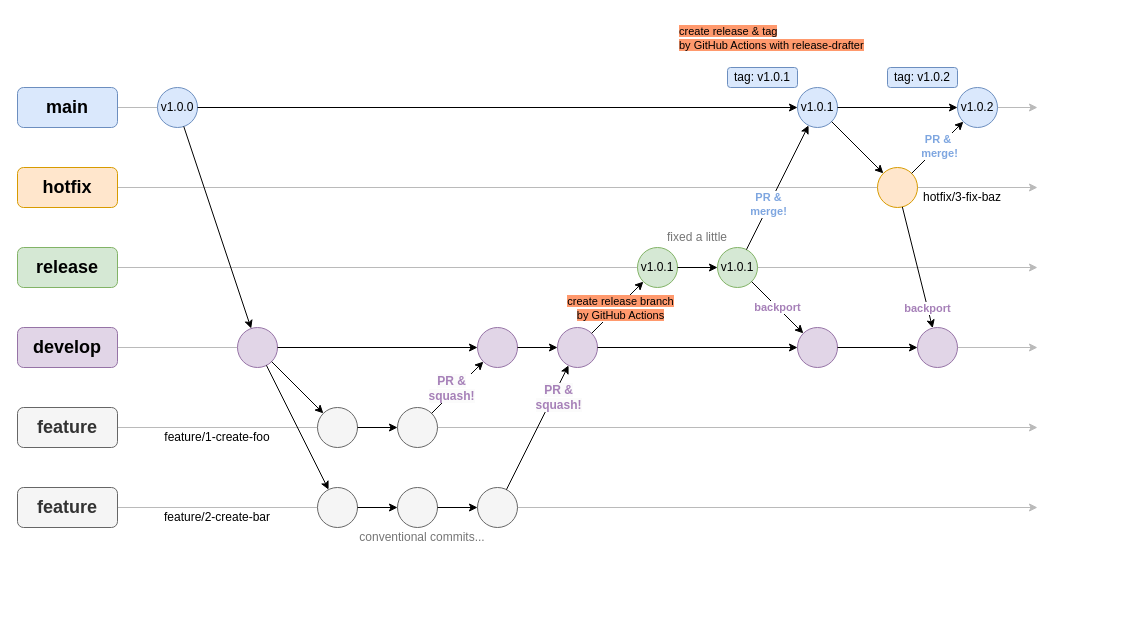
This is docs/gitflow.drawio from curry-battle/git-flow-boilerplate, a draw.io file, before an edit. Source tidied: cells renumbered, new cells numbered last; positions are measured from the earlier drawing's top-left corner, leaving out a move shared by most shapes. Both pictures are drawn from the tidied source at 100%, with x=0, y=0 at pixel (17, 17).
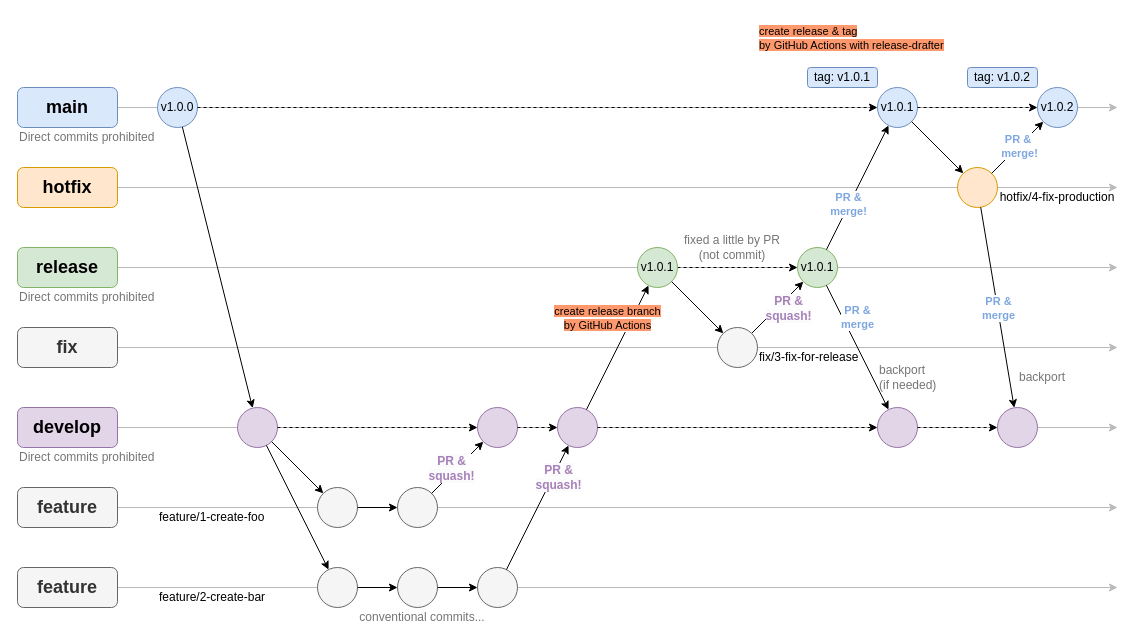
Above is the later version.

The change refers to these unchanged cells:
```xml
<mxCell id="15" value="v1.0.0" style="ellipse;whiteSpace=wrap;html=1;fillColor=#dae8fc;strokeColor=#6c8ebf;" parent="8" vertex="1">
  <mxGeometry x="140" y="70" width="40" height="40" as="geometry" />
</mxCell>
<mxCell id="35" value="v1.0.1" style="ellipse;whiteSpace=wrap;html=1;fillColor=#d5e8d4;strokeColor=#82b366;" parent="8" vertex="1">
  <mxGeometry x="620" y="230" width="40" height="40" as="geometry" />
</mxCell>
<mxCell id="38" style="endArrow=classic;html=1;rounded=0;" parent="8" edge="1" source="25" target="35">
  <mxGeometry relative="1" as="geometry" />
</mxCell>
<mxCell id="47" style="endArrow=classic;html=1;rounded=0;" parent="8" edge="1" source="41" target="43">
  <mxGeometry relative="1" as="geometry" />
</mxCell>
```

The edit, as a diff of the source:
```diff
@@
     <mxCell id="2" style="endArrow=classic;html=1;rounded=0;exitX=1;exitY=0.5;exitDx=0;exitDy=0;strokeColor=#BABABA;" parent="1" edge="1">
       <mxGeometry relative="1" as="geometry">
         <mxPoint x="100" y="90" as="sourcePoint" />
-        <mxPoint x="1020" y="90" as="targetPoint" />
+        <mxPoint x="1100" y="90" as="targetPoint" />
       </mxGeometry>
     </mxCell>
     <mxCell id="3" style="endArrow=classic;html=1;rounded=0;exitX=1;exitY=0.5;exitDx=0;exitDy=0;strokeColor=#BABABA;" parent="1" edge="1">
       <mxGeometry relative="1" as="geometry">
         <mxPoint x="100" y="170" as="sourcePoint" />
-        <mxPoint x="1020" y="170" as="targetPoint" />
+        <mxPoint x="1100" y="170" as="targetPoint" />
       </mxGeometry>
     </mxCell>
-    <mxCell id="4" style="endArrow=classic;html=1;rounded=0;exitX=1;exitY=0.5;exitDx=0;exitDy=0;strokeColor=#BABABA;" parent="1" edge="1">
+    <mxCell id="4" style="endArrow=classic;html=1;rounded=0;strokeColor=#BABABA;" parent="1" edge="1">
       <mxGeometry relative="1" as="geometry">
         <mxPoint x="100" y="250" as="sourcePoint" />
-        <mxPoint x="1020" y="250" as="targetPoint" />
+        <mxPoint x="1100" y="250" as="targetPoint" />
       </mxGeometry>
     </mxCell>
     <mxCell id="5" style="endArrow=classic;html=1;rounded=0;exitX=1;exitY=0.5;exitDx=0;exitDy=0;strokeColor=#BABABA;" parent="1" edge="1">
       <mxGeometry relative="1" as="geometry">
         <mxPoint x="100" y="330" as="sourcePoint" />
-        <mxPoint x="1020" y="330" as="targetPoint" />
+        <mxPoint x="1100" y="330" as="targetPoint" />
       </mxGeometry>
     </mxCell>
     <mxCell id="6" style="endArrow=classic;html=1;rounded=0;exitX=1;exitY=0.5;exitDx=0;exitDy=0;strokeColor=#BABABA;" parent="1" edge="1">
       <mxGeometry relative="1" as="geometry">
         <mxPoint x="100" y="410" as="sourcePoint" />
-        <mxPoint x="1020" y="410" as="targetPoint" />
+        <mxPoint x="1100" y="410" as="targetPoint" />
       </mxGeometry>
     </mxCell>
     <mxCell id="7" style="endArrow=classic;html=1;rounded=0;exitX=1;exitY=0.5;exitDx=0;exitDy=0;strokeColor=#BABABA;" parent="1" edge="1">
       <mxGeometry relative="1" as="geometry">
         <mxPoint x="100" y="490" as="sourcePoint" />
-        <mxPoint x="1020" y="490" as="targetPoint" />
+        <mxPoint x="1100" y="490" as="targetPoint" />
       </mxGeometry>
     </mxCell>
+    <mxCell id="67" style="endArrow=classic;html=1;rounded=0;exitX=1;exitY=0.5;exitDx=0;exitDy=0;strokeColor=#BABABA;" parent="1" edge="1">
+      <mxGeometry relative="1" as="geometry">
+        <mxPoint x="100" y="570" as="sourcePoint" />
+        <mxPoint x="1100" y="570" as="targetPoint" />
+      </mxGeometry>
+    </mxCell>
@@
     <mxCell id="12" value="develop" style="rounded=1;whiteSpace=wrap;html=1;fillColor=#e1d5e7;strokeColor=#9673a6;fontSize=18;fontStyle=1;fontFamily=Helvetica;" parent="8" vertex="1">
-      <mxGeometry y="310" width="100" height="40" as="geometry" />
+      <mxGeometry y="390" width="100" height="40" as="geometry" />
     </mxCell>
     <mxCell id="13" value="feature" style="rounded=1;whiteSpace=wrap;html=1;fillColor=#f5f5f5;strokeColor=#666666;fontSize=18;fontStyle=1;fontColor=#333333;fontFamily=Helvetica;" parent="8" vertex="1">
-      <mxGeometry y="390" width="100" height="40" as="geometry" />
+      <mxGeometry y="470" width="100" height="40" as="geometry" />
     </mxCell>
     <mxCell id="14" value="feature" style="rounded=1;whiteSpace=wrap;html=1;fillColor=#f5f5f5;strokeColor=#666666;fontSize=18;fontStyle=1;fontColor=#333333;fontFamily=Helvetica;" parent="8" vertex="1">
-      <mxGeometry y="470" width="100" height="40" as="geometry" />
+      <mxGeometry y="550" width="100" height="40" as="geometry" />
     </mxCell>
@@
     <mxCell id="16" style="ellipse;whiteSpace=wrap;html=1;fillColor=#e1d5e7;strokeColor=#9673a6;" parent="8" vertex="1">
-      <mxGeometry x="220" y="310" width="40" height="40" as="geometry" />
+      <mxGeometry x="220" y="390" width="40" height="40" as="geometry" />
     </mxCell>
     <mxCell id="17" style="ellipse;whiteSpace=wrap;html=1;fillColor=#f5f5f5;strokeColor=#666666;fontColor=#333333;" parent="8" vertex="1">
-      <mxGeometry x="300" y="390" width="40" height="40" as="geometry" />
+      <mxGeometry x="300" y="470" width="40" height="40" as="geometry" />
     </mxCell>
     <mxCell id="18" style="ellipse;whiteSpace=wrap;html=1;fillColor=#f5f5f5;strokeColor=#666666;fontColor=#333333;" parent="8" vertex="1">
-      <mxGeometry x="300" y="470" width="40" height="40" as="geometry" />
+      <mxGeometry x="300" y="550" width="40" height="40" as="geometry" />
     </mxCell>
@@
     <mxCell id="22" style="ellipse;whiteSpace=wrap;html=1;fillColor=#f5f5f5;strokeColor=#666666;fontColor=#333333;" parent="8" vertex="1">
-      <mxGeometry x="380" y="390" width="40" height="40" as="geometry" />
+      <mxGeometry x="380" y="470" width="40" height="40" as="geometry" />
     </mxCell>
     <mxCell id="23" style="ellipse;whiteSpace=wrap;html=1;fillColor=#f5f5f5;strokeColor=#666666;fontColor=#333333;" parent="8" vertex="1">
-      <mxGeometry x="460" y="470" width="40" height="40" as="geometry" />
+      <mxGeometry x="460" y="550" width="40" height="40" as="geometry" />
     </mxCell>
     <mxCell id="24" style="ellipse;whiteSpace=wrap;html=1;fillColor=#f5f5f5;strokeColor=#666666;fontColor=#333333;" parent="8" vertex="1">
-      <mxGeometry x="380" y="470" width="40" height="40" as="geometry" />
+      <mxGeometry x="380" y="550" width="40" height="40" as="geometry" />
     </mxCell>
     <mxCell id="25" style="ellipse;whiteSpace=wrap;html=1;fillColor=#e1d5e7;strokeColor=#9673a6;" parent="8" vertex="1">
-      <mxGeometry x="540" y="310" width="40" height="40" as="geometry" />
+      <mxGeometry x="540" y="390" width="40" height="40" as="geometry" />
     </mxCell>
@@
     <mxCell id="33" style="ellipse;whiteSpace=wrap;html=1;fillColor=#e1d5e7;strokeColor=#9673a6;" parent="8" vertex="1">
-      <mxGeometry x="460" y="310" width="40" height="40" as="geometry" />
+      <mxGeometry x="460" y="390" width="40" height="40" as="geometry" />
     </mxCell>
-    <mxCell id="34" style="endArrow=classic;html=1;rounded=0;" parent="8" edge="1" source="33" target="25">
+    <mxCell id="34" style="endArrow=classic;html=1;rounded=0;dashed=1;" parent="8" edge="1" source="33" target="25">
       <mxGeometry relative="1" as="geometry" />
     </mxCell>
+    <mxCell id="68" style="edgeStyle=orthogonalEdgeStyle;rounded=0;jettySize=auto;html=1;exitX=1;exitY=0.5;exitDx=0;exitDy=0;dashed=1;" parent="8" edge="1" source="35" target="37">
+      <mxGeometry relative="1" as="geometry" />
+    </mxCell>
@@
-    <mxCell id="36" style="endArrow=classic;html=1;rounded=0;" parent="8" edge="1" source="35" target="37">
+    <mxCell id="36" style="endArrow=classic;html=1;rounded=0;" parent="8" edge="1" source="71" target="37">
       <mxGeometry relative="1" as="geometry" />
     </mxCell>
     <mxCell id="37" value="v1.0.1" style="ellipse;whiteSpace=wrap;html=1;fillColor=#d5e8d4;strokeColor=#82b366;" parent="8" vertex="1">
-      <mxGeometry x="700" y="230" width="40" height="40" as="geometry" />
+      <mxGeometry x="780" y="230" width="40" height="40" as="geometry" />
     </mxCell>
@@
     <mxCell id="39" value="&lt;font style=&quot;color: rgb(0, 0, 0); background-color: rgb(255, 153, 109);&quot;&gt;create release branch&lt;br&gt;by GitHub Actions&lt;/font&gt;" style="edgeLabel;html=1;align=center;verticalAlign=middle;" parent="38" vertex="1">
       <mxGeometry x="0.13" y="1" relative="1" as="geometry">
-        <mxPoint y="4" as="offset" />
+        <mxPoint x="-13" y="-21" as="offset" />
       </mxGeometry>
     </mxCell>
     <mxCell id="40" value="v1.0.1" style="ellipse;whiteSpace=wrap;html=1;fillColor=#dae8fc;strokeColor=#6c8ebf;" parent="8" vertex="1">
-      <mxGeometry x="780" y="70" width="40" height="40" as="geometry" />
+      <mxGeometry x="860" y="70" width="40" height="40" as="geometry" />
     </mxCell>
     <mxCell id="41" style="ellipse;whiteSpace=wrap;html=1;fillColor=#ffe6cc;strokeColor=#d79b00;" parent="8" vertex="1">
-      <mxGeometry x="860" y="150" width="40" height="40" as="geometry" />
+      <mxGeometry x="940" y="150" width="40" height="40" as="geometry" />
     </mxCell>
     <mxCell id="42" value="v1.0.2" style="ellipse;whiteSpace=wrap;html=1;fillColor=#dae8fc;strokeColor=#6c8ebf;" parent="8" vertex="1">
-      <mxGeometry x="940" y="70" width="40" height="40" as="geometry" />
+      <mxGeometry x="1020" y="70" width="40" height="40" as="geometry" />
     </mxCell>
     <mxCell id="43" style="ellipse;whiteSpace=wrap;html=1;fillColor=#e1d5e7;strokeColor=#9673a6;" parent="8" vertex="1">
-      <mxGeometry x="900" y="310" width="40" height="40" as="geometry" />
+      <mxGeometry x="980" y="390" width="40" height="40" as="geometry" />
     </mxCell>
@@
-    <mxCell id="48" value="&lt;span style=&quot;color: rgb(166, 128, 184); font-family: Arial, sans-serif; font-weight: 700; text-align: start; text-wrap: wrap;&quot;&gt;backport&lt;/span&gt;" style="edgeLabel;html=1;align=center;verticalAlign=middle;" parent="47" vertex="1">
+    <mxCell id="48" value="&lt;div&gt;&lt;span style=&quot;font-family: Arial, sans-serif; font-weight: 700; text-wrap: wrap; background-color: light-dark(#ffffff, var(--ge-dark-color, #121212));&quot;&gt;PR &amp;amp;&lt;br&gt;&lt;/span&gt;&lt;span style=&quot;font-family: Arial, sans-serif; font-weight: 700; text-wrap: wrap; background-color: light-dark(#ffffff, var(--ge-dark-color, #121212));&quot;&gt;merge&lt;/span&gt;&lt;/div&gt;" style="edgeLabel;html=1;align=center;verticalAlign=middle;fontColor=#7EA6E0;" parent="47" vertex="1">
       <mxGeometry x="0.31" y="-1" relative="1" as="geometry">
-        <mxPoint x="6" y="21" as="offset" />
+        <mxPoint x="-4" y="-31" as="offset" />
       </mxGeometry>
     </mxCell>
@@
-    <mxCell id="51" style="endArrow=classic;html=1;rounded=0;" parent="8" edge="1" source="37" target="53">
-      <mxGeometry relative="1" as="geometry" />
-    </mxCell>
-    <mxCell id="52" value="&lt;span style=&quot;color: rgb(166, 128, 184); font-family: Arial, sans-serif; font-weight: 700; text-align: start; text-wrap: wrap;&quot;&gt;backport&lt;/span&gt;" style="edgeLabel;html=1;align=center;verticalAlign=middle;" parent="51" vertex="1">
-      <mxGeometry x="-0.55" relative="1" as="geometry">
-        <mxPoint x="14" y="14" as="offset" />
-      </mxGeometry>
-    </mxCell>
     <mxCell id="53" style="ellipse;whiteSpace=wrap;html=1;fillColor=#e1d5e7;strokeColor=#9673a6;" parent="8" vertex="1">
-      <mxGeometry x="780" y="310" width="40" height="40" as="geometry" />
+      <mxGeometry x="860" y="390" width="40" height="40" as="geometry" />
     </mxCell>
-    <mxCell id="54" style="endArrow=classic;html=1;rounded=0;" parent="8" edge="1" source="40" target="42">
+    <mxCell id="54" style="endArrow=classic;html=1;rounded=0;dashed=1;" parent="8" edge="1" source="40" target="42">
       <mxGeometry relative="1" as="geometry" />
     </mxCell>
-    <mxCell id="55" style="endArrow=classic;html=1;rounded=0;" parent="8" edge="1" source="15" target="40">
+    <mxCell id="55" style="endArrow=classic;html=1;rounded=0;dashed=1;" parent="8" edge="1" source="15" target="40">
       <mxGeometry relative="1" as="geometry" />
     </mxCell>
     <mxCell id="56" value="tag: v1.0.1" style="rounded=1;whiteSpace=wrap;html=1;fillColor=#dae8fc;strokeColor=#6c8ebf;" parent="8" vertex="1">
-      <mxGeometry x="710" y="50" width="70" height="20" as="geometry" />
+      <mxGeometry x="790" y="50" width="70" height="20" as="geometry" />
     </mxCell>
     <mxCell id="57" value="&lt;span style=&quot;forced-color-adjust: none; color: rgb(0, 0, 0); font-family: Helvetica; font-size: 11px; font-style: normal; font-variant-ligatures: normal; font-variant-caps: normal; letter-spacing: normal; orphans: 2; text-align: center; text-indent: 0px; text-transform: none; widows: 2; word-spacing: 0px; -webkit-text-stroke-width: 0px; white-space: nowrap; text-decoration-thickness: initial; text-decoration-style: initial; text-decoration-color: initial;&quot;&gt;&lt;font style=&quot;forced-color-adjust: none; color: rgb(0, 0, 0); background-color: rgb(255, 153, 109);&quot;&gt;create release &amp;amp; tag&lt;br style=&quot;forced-color-adjust: none;&quot;&gt;by GitHub Actions with release-drafter&lt;/font&gt;&lt;/span&gt;" style="text;whiteSpace=wrap;html=1;" parent="8" vertex="1">
-      <mxGeometry x="660" width="123" height="40" as="geometry" />
+      <mxGeometry x="740" width="123" height="40" as="geometry" />
     </mxCell>
-    <mxCell id="58" value="feature/1-create-foo" style="text;html=1;align=center;verticalAlign=middle;whiteSpace=wrap;rounded=0;" parent="8" vertex="1">
-      <mxGeometry x="140" y="410" width="120" height="20" as="geometry" />
+    <mxCell id="58" value="feature/1-create-foo" style="text;html=1;align=left;verticalAlign=middle;whiteSpace=wrap;rounded=0;" parent="8" vertex="1">
+      <mxGeometry x="140" y="490" width="120" height="20" as="geometry" />
     </mxCell>
-    <mxCell id="59" value="feature/2-create-bar" style="text;html=1;align=center;verticalAlign=middle;whiteSpace=wrap;rounded=0;" parent="8" vertex="1">
-      <mxGeometry x="140" y="490" width="120" height="20" as="geometry" />
+    <mxCell id="59" value="feature/2-create-bar" style="text;html=1;align=left;verticalAlign=middle;whiteSpace=wrap;rounded=0;" parent="8" vertex="1">
+      <mxGeometry x="140" y="570" width="120" height="20" as="geometry" />
     </mxCell>
     <mxCell id="60" value="conventional commits..." style="text;html=1;align=center;verticalAlign=middle;whiteSpace=wrap;rounded=0;fontColor=#757575;" parent="8" vertex="1">
-      <mxGeometry x="330" y="510" width="150" height="20" as="geometry" />
+      <mxGeometry x="330" y="590" width="150" height="20" as="geometry" />
     </mxCell>
     <mxCell id="61" value="tag: v1.0.2" style="rounded=1;whiteSpace=wrap;html=1;fillColor=#dae8fc;strokeColor=#6c8ebf;" parent="8" vertex="1">
-      <mxGeometry x="870" y="50" width="70" height="20" as="geometry" />
+      <mxGeometry x="950" y="50" width="70" height="20" as="geometry" />
     </mxCell>
-    <mxCell id="62" value="fixed a little" style="text;html=1;align=center;verticalAlign=middle;whiteSpace=wrap;rounded=0;fontColor=#757575;" parent="8" vertex="1">
-      <mxGeometry x="640" y="210" width="80" height="20" as="geometry" />
+    <mxCell id="62" value="fixed a little&amp;nbsp;&lt;span style=&quot;background-color: transparent; color: light-dark(rgb(117, 117, 117), rgb(137, 137, 137));&quot;&gt;by PR&lt;/span&gt;&lt;div&gt;&lt;span style=&quot;background-color: transparent; color: light-dark(rgb(117, 117, 117), rgb(137, 137, 137));&quot;&gt;(not commit)&lt;/span&gt;&lt;/div&gt;" style="text;html=1;align=center;verticalAlign=middle;whiteSpace=wrap;rounded=0;fontColor=#757575;" parent="8" vertex="1">
+      <mxGeometry x="660" y="220" width="110" height="20" as="geometry" />
     </mxCell>
-    <mxCell id="63" style="endArrow=classic;html=1;rounded=0;" parent="8" edge="1" source="25" target="53">
-      <mxGeometry relative="1" as="geometry" />
-    </mxCell>
-    <mxCell id="64" style="endArrow=classic;html=1;rounded=0;" parent="8" edge="1" source="16" target="33">
+    <mxCell id="64" style="endArrow=classic;html=1;rounded=0;dashed=1;" parent="8" edge="1" source="16" target="33">
       <mxGeometry relative="1" as="geometry" />
     </mxCell>
-    <mxCell id="65" style="endArrow=classic;html=1;rounded=0;" parent="8" edge="1" source="53" target="43">
+    <mxCell id="65" style="endArrow=classic;html=1;rounded=0;dashed=1;" parent="8" edge="1" source="53" target="43">
       <mxGeometry relative="1" as="geometry" />
     </mxCell>
-    <mxCell id="66" value="hotfix/3-fix-baz" style="text;html=1;align=center;verticalAlign=middle;whiteSpace=wrap;rounded=0;" parent="8" vertex="1">
-      <mxGeometry x="900" y="170" width="90" height="20" as="geometry" />
+    <mxCell id="66" value="hotfix/4-fix-production" style="text;html=1;align=center;verticalAlign=middle;whiteSpace=wrap;rounded=0;" parent="8" vertex="1">
+      <mxGeometry x="980" y="170" width="120" height="20" as="geometry" />
     </mxCell>
+    <mxCell id="69" value="fix" style="rounded=1;whiteSpace=wrap;html=1;fillColor=#f5f5f5;strokeColor=#666666;fontSize=18;fontStyle=1;fontColor=#333333;fontFamily=Helvetica;" parent="8" vertex="1">
+      <mxGeometry y="310" width="100" height="40" as="geometry" />
+    </mxCell>
+    <mxCell id="70" value="fix/3-fix-for-release" style="text;html=1;align=left;verticalAlign=middle;whiteSpace=wrap;rounded=0;" parent="8" vertex="1">
+      <mxGeometry x="740" y="330" width="140" height="20" as="geometry" />
+    </mxCell>
+    <mxCell id="71" style="ellipse;whiteSpace=wrap;html=1;fillColor=#f5f5f5;strokeColor=#666666;fontColor=#333333;" parent="8" vertex="1">
+      <mxGeometry x="700" y="310" width="40" height="40" as="geometry" />
+    </mxCell>
+    <mxCell id="72" style="endArrow=classic;html=1;rounded=0;" parent="8" edge="1" source="35" target="71">
+      <mxGeometry relative="1" as="geometry" />
+    </mxCell>
+    <mxCell id="73" value="&lt;span style=&quot;color: rgb(166, 128, 184); font-size: 12px; font-weight: 700; text-wrap: wrap; background-color: rgb(251, 251, 251);&quot;&gt;PR &amp;amp; squash!&lt;/span&gt;" style="edgeLabel;html=1;align=center;verticalAlign=middle;" parent="8" vertex="1">
+      <mxGeometry x="770" y="290" as="geometry" />
+    </mxCell>
+    <mxCell id="74" value="&lt;span style=&quot;&quot;&gt;Direct commits prohibited&lt;/span&gt;" style="text;html=1;align=left;verticalAlign=middle;whiteSpace=wrap;rounded=0;fontColor=#757575;" parent="8" vertex="1">
+      <mxGeometry y="430" width="150" height="20" as="geometry" />
+    </mxCell>
+    <mxCell id="75" value="&lt;span style=&quot;&quot;&gt;Direct commits prohibited&lt;/span&gt;" style="text;html=1;align=left;verticalAlign=middle;whiteSpace=wrap;rounded=0;fontColor=#757575;" parent="8" vertex="1">
+      <mxGeometry y="270" width="150" height="20" as="geometry" />
+    </mxCell>
+    <mxCell id="76" value="&lt;span style=&quot;&quot;&gt;Direct commits prohibited&lt;/span&gt;" style="text;html=1;align=left;verticalAlign=middle;whiteSpace=wrap;rounded=0;fontColor=#757575;" parent="8" vertex="1">
+      <mxGeometry y="110" width="150" height="20" as="geometry" />
+    </mxCell>
+    <mxCell id="51" style="endArrow=classic;html=1;rounded=0;" parent="8" edge="1" source="37" target="53">
+      <mxGeometry relative="1" as="geometry" />
+    </mxCell>
+    <mxCell id="77" value="&lt;div&gt;&lt;span style=&quot;font-family: Arial, sans-serif; font-weight: 700; text-align: start; text-wrap: wrap; background-color: light-dark(#ffffff, var(--ge-dark-color, #121212));&quot;&gt;PR &amp;amp; merge&lt;/span&gt;&lt;br&gt;&lt;/div&gt;" style="edgeLabel;html=1;align=center;verticalAlign=middle;fontColor=#7EA6E0;" parent="51" vertex="1">
+      <mxGeometry x="0.31" y="-1" relative="1" as="geometry">
+        <mxPoint x="-9" y="-50" as="offset" />
+      </mxGeometry>
+    </mxCell>
+    <mxCell id="52" value="backport" style="text;html=1;align=left;verticalAlign=middle;whiteSpace=wrap;rounded=0;fontColor=#757575;" parent="8" vertex="1">
+      <mxGeometry x="1000" y="350" width="50" height="20" as="geometry" />
+    </mxCell>
+    <mxCell id="78" value="backport&lt;div&gt;(if needed)&lt;/div&gt;" style="text;html=1;align=left;verticalAlign=middle;whiteSpace=wrap;rounded=0;fontColor=#757575;" parent="8" vertex="1">
+      <mxGeometry x="860" y="350" width="60" height="20" as="geometry" />
+    </mxCell>
+    <mxCell id="63" style="endArrow=classic;html=1;rounded=0;dashed=1;" parent="8" edge="1" source="25" target="53">
+      <mxGeometry relative="1" as="geometry" />
+    </mxCell>
```
